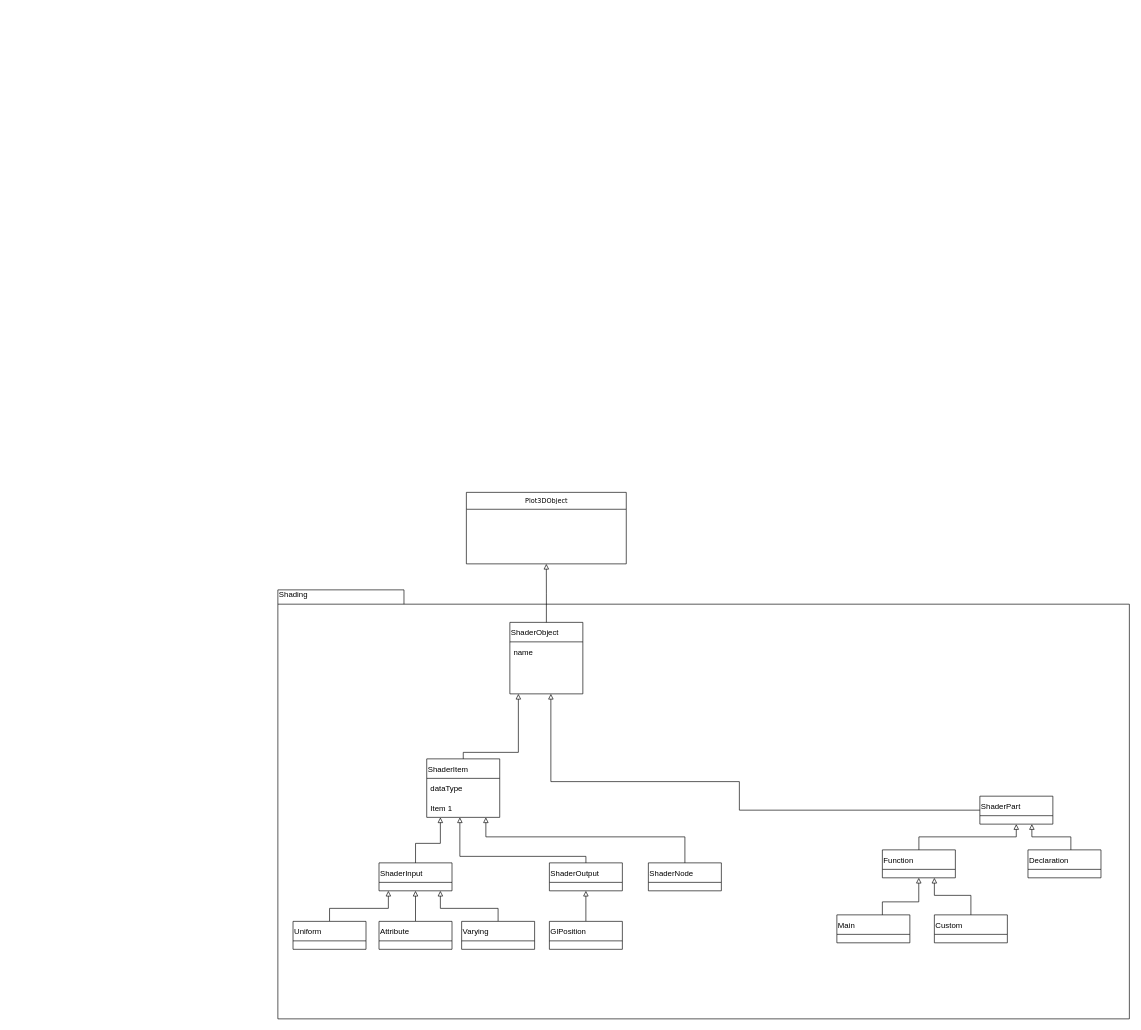
etk66296/Plot3D keeps this draw.io diagram as public/doc/shaderBuilderClasses.drawio. Above is the earlier version. Source tidied: cells renumbered, new cells numbered last; positions are measured from the earlier drawing's top-left corner, leaving out a move shared by most shapes. Both pictures are drawn from the tidied source at 65%, with x=0, y=0 at pixel (278, 492).
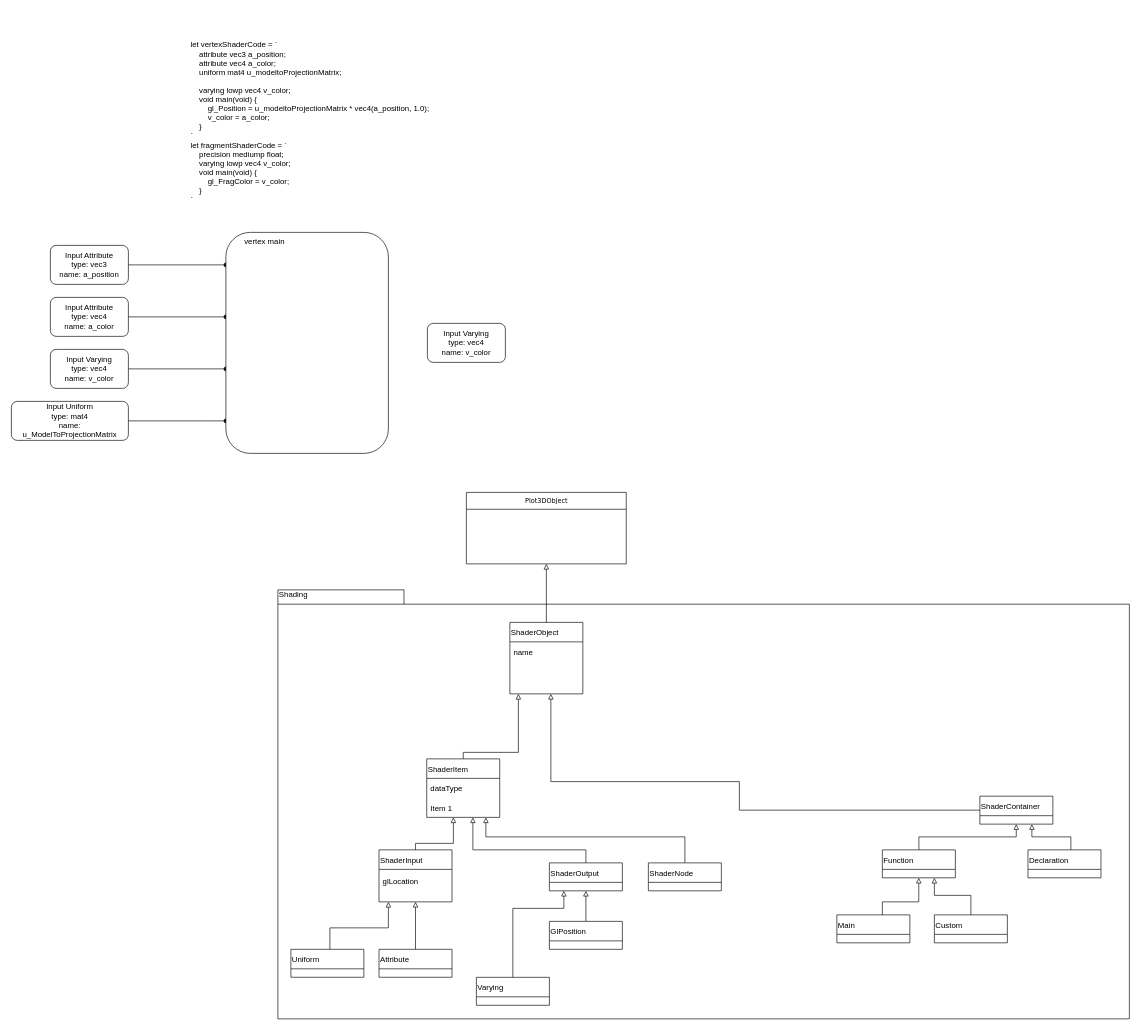
The same diagram, later.

Commit message (it also covers changes not shown here):
progress in shader model

The change refers to these unchanged cells:
```xml
<mxCell id="2" style="group;" parent="1" vertex="1">
  <mxGeometry y="300" width="1310" height="510" as="geometry" />
</mxCell>
<mxCell id="19" value="ShaderOutput" style="swimlane;fontStyle=0;horizontal=1;startSize=30;align=left;" parent="2" vertex="1">
  <mxGeometry x="417.7" y="270" width="112.3" height="43" as="geometry" />
</mxCell>
<mxCell id="24" value="ShaderItem" style="swimlane;fontStyle=0;horizontal=1;startSize=30;align=left;" parent="2" vertex="1">
  <mxGeometry x="229" y="110" width="112.3" height="90" as="geometry" />
</mxCell>
```

Diff of the diagram source:
```diff
@@
-    <mxCell id="4" value="ShaderPart" style="swimlane;fontStyle=0;horizontal=1;startSize=30;align=left;" parent="2" vertex="1">
+    <mxCell id="4" value="ShaderContainer" style="swimlane;fontStyle=0;horizontal=1;startSize=30;align=left;" parent="2" vertex="1">
       <mxGeometry x="1080" y="167.4" width="112.3" height="43" as="geometry" />
     </mxCell>
@@
     <mxCell id="13" style="edgeStyle=orthogonalEdgeStyle;rounded=0;jettySize=auto;html=1;endArrow=block;endFill=0;" parent="2" edge="1" source="14" target="22">
       <mxGeometry relative="1" as="geometry">
         <Array as="points">
-          <mxPoint x="80" y="340" />
-          <mxPoint x="170" y="340" />
+          <mxPoint x="80" y="370" />
+          <mxPoint x="170" y="370" />
         </Array>
       </mxGeometry>
     </mxCell>
     <mxCell id="14" value="Uniform" style="swimlane;fontStyle=0;horizontal=1;startSize=30;align=left;" parent="2" vertex="1">
-      <mxGeometry x="23.3" y="360" width="112.3" height="43" as="geometry" />
+      <mxGeometry x="20" y="403" width="112.3" height="43" as="geometry" />
     </mxCell>
@@
     <mxCell id="16" value="Attribute" style="swimlane;fontStyle=0;horizontal=1;startSize=30;align=left;" parent="2" vertex="1">
-      <mxGeometry x="155.6" y="360" width="112.3" height="43" as="geometry" />
+      <mxGeometry x="155.6" y="403" width="112.3" height="43" as="geometry" />
     </mxCell>
-    <mxCell id="17" style="edgeStyle=orthogonalEdgeStyle;rounded=0;jettySize=auto;html=1;endArrow=block;endFill=0;" parent="2" edge="1" source="18" target="22">
-      <mxGeometry relative="1" as="geometry">
-        <Array as="points">
-          <mxPoint x="339" y="340" />
-          <mxPoint x="250" y="340" />
-        </Array>
-      </mxGeometry>
-    </mxCell>
-    <mxCell id="18" value="Varying" style="swimlane;fontStyle=0;horizontal=1;startSize=30;align=left;" parent="2" vertex="1">
-      <mxGeometry x="282.7" y="360" width="112.3" height="43" as="geometry" />
-    </mxCell>
@@
     <mxCell id="22" value="ShaderInput" style="swimlane;fontStyle=0;horizontal=1;startSize=30;align=left;" parent="2" vertex="1">
-      <mxGeometry x="155.6" y="270" width="112.3" height="43" as="geometry" />
+      <mxGeometry x="155.6" y="250" width="112.3" height="80" as="geometry" />
     </mxCell>
@@
     <mxCell id="27" style="edgeStyle=orthogonalEdgeStyle;rounded=0;jettySize=auto;html=1;endArrow=block;endFill=0;" parent="2" edge="1" source="19" target="24">
       <mxGeometry relative="1" as="geometry">
         <Array as="points">
-          <mxPoint x="474" y="260" />
-          <mxPoint x="280" y="260" />
+          <mxPoint x="474" y="250" />
+          <mxPoint x="300" y="250" />
         </Array>
       </mxGeometry>
     </mxCell>
     <mxCell id="28" style="edgeStyle=orthogonalEdgeStyle;rounded=0;jettySize=auto;html=1;endArrow=block;endFill=0;" parent="2" edge="1" source="22" target="24">
       <mxGeometry relative="1" as="geometry">
         <Array as="points">
           <mxPoint x="212" y="240" />
-          <mxPoint x="250" y="240" />
+          <mxPoint x="270" y="240" />
         </Array>
       </mxGeometry>
     </mxCell>
@@
+    <mxCell id="37" value="glLocation" style="text;strokeColor=none;fillColor=none;align=left;verticalAlign=middle;spacingLeft=4;spacingRight=4;overflow=hidden;" parent="2" vertex="1">
+      <mxGeometry x="155.6" y="283" width="112.3" height="30" as="geometry" />
+    </mxCell>
+    <mxCell id="18" value="Varying" style="swimlane;fontStyle=0;horizontal=1;startSize=30;align=left;" parent="2" vertex="1">
+      <mxGeometry x="305.4" y="446.1" width="112.3" height="43" as="geometry" />
+    </mxCell>
+    <mxCell id="38" style="edgeStyle=orthogonalEdgeStyle;rounded=0;jettySize=auto;html=1;endArrow=block;endFill=0;" parent="2" edge="1" source="18" target="19">
+      <mxGeometry relative="1" as="geometry">
+        <Array as="points">
+          <mxPoint x="362" y="340" />
+          <mxPoint x="440" y="340" />
+        </Array>
+      </mxGeometry>
+    </mxCell>
@@
+    <mxCell id="39" value="let vertexShaderCode = `&#10;              attribute vec3 a_position;&#10;              attribute vec4 a_color;&#10;              uniform mat4 u_modeltoProjectionMatrix;&#10;        &#10;              varying lowp vec4 v_color;&#10;              void main(void) {&#10;                    gl_Position = u_modeltoProjectionMatrix * vec4(a_position, 1.0);&#10;                    v_color = a_color;&#10;              }&#10;        `&#10;let fragmentShaderCode = `&#10;    precision mediump float;&#10;    varying lowp vec4 v_color;&#10;    void main(void) {&#10;        gl_FragColor = v_color;&#10;              }&#10;        `" style="text;strokeColor=none;fillColor=none;align=left;verticalAlign=middle;spacingLeft=4;spacingRight=4;overflow=hidden;" parent="1" vertex="1">
+      <mxGeometry x="-140" y="-740" width="730" height="340" as="geometry" />
+    </mxCell>
+    <mxCell id="40" style="edgeStyle=orthogonalEdgeStyle;rounded=0;jettySize=auto;html=1;exitX=1;exitY=0.5;exitDx=0;exitDy=0;endArrow=oval;endFill=1;" parent="1" edge="1" source="41" target="48">
+      <mxGeometry relative="1" as="geometry">
+        <Array as="points">
+          <mxPoint x="-120" y="-350" />
+          <mxPoint x="-120" y="-350" />
+        </Array>
+      </mxGeometry>
+    </mxCell>
+    <mxCell id="41" value="Input Attribute&lt;br&gt;type: vec3&lt;br&gt;name: a_position" style="rounded=1;whiteSpace=wrap;html=1;" parent="1" vertex="1">
+      <mxGeometry x="-350" y="-380" width="120" height="60" as="geometry" />
+    </mxCell>
+    <mxCell id="42" style="edgeStyle=orthogonalEdgeStyle;rounded=0;jettySize=auto;html=1;exitX=1;exitY=0.5;exitDx=0;exitDy=0;endArrow=oval;endFill=1;" parent="1" edge="1" source="43" target="48">
+      <mxGeometry relative="1" as="geometry">
+        <Array as="points">
+          <mxPoint x="-120" y="-270" />
+          <mxPoint x="-120" y="-270" />
+        </Array>
+      </mxGeometry>
+    </mxCell>
+    <mxCell id="43" value="Input Attribute&lt;br&gt;type: vec4&lt;br&gt;name: a_color" style="rounded=1;whiteSpace=wrap;html=1;" parent="1" vertex="1">
+      <mxGeometry x="-350" y="-300" width="120" height="60" as="geometry" />
+    </mxCell>
+    <mxCell id="44" style="edgeStyle=orthogonalEdgeStyle;rounded=0;jettySize=auto;html=1;exitX=1;exitY=0.5;exitDx=0;exitDy=0;endArrow=oval;endFill=1;" parent="1" edge="1" source="45" target="48">
+      <mxGeometry relative="1" as="geometry">
+        <Array as="points">
+          <mxPoint x="-110" y="-110" />
+          <mxPoint x="-110" y="-110" />
+        </Array>
+      </mxGeometry>
+    </mxCell>
+    <mxCell id="45" value="Input Uniform&lt;br&gt;type: mat4&lt;br&gt;name: u_ModelToProjectionMatrix" style="rounded=1;whiteSpace=wrap;html=1;" parent="1" vertex="1">
+      <mxGeometry x="-410" y="-140" width="180" height="60" as="geometry" />
+    </mxCell>
+    <mxCell id="46" style="edgeStyle=orthogonalEdgeStyle;rounded=0;jettySize=auto;html=1;exitX=1;exitY=0.5;exitDx=0;exitDy=0;endArrow=oval;endFill=1;" parent="1" edge="1" source="47" target="48">
+      <mxGeometry relative="1" as="geometry">
+        <Array as="points">
+          <mxPoint x="-120" y="-190" />
+          <mxPoint x="-120" y="-190" />
+        </Array>
+      </mxGeometry>
+    </mxCell>
+    <mxCell id="47" value="Input Varying&lt;br&gt;type: vec4&lt;br&gt;name: v_color" style="rounded=1;whiteSpace=wrap;html=1;" parent="1" vertex="1">
+      <mxGeometry x="-350" y="-220" width="120" height="60" as="geometry" />
+    </mxCell>
+    <mxCell id="48" value="&lt;span style=&quot;white-space: pre&quot;&gt;&#9;&lt;/span&gt;vertex main" style="rounded=1;whiteSpace=wrap;html=1;align=left;verticalAlign=top;" parent="1" vertex="1">
+      <mxGeometry x="-80" y="-400" width="250" height="340" as="geometry" />
+    </mxCell>
+    <mxCell id="49" value="Input Varying&lt;br&gt;type: vec4&lt;br&gt;name: v_color" style="rounded=1;whiteSpace=wrap;html=1;" parent="1" vertex="1">
+      <mxGeometry x="230" y="-260" width="120" height="60" as="geometry" />
+    </mxCell>
```
